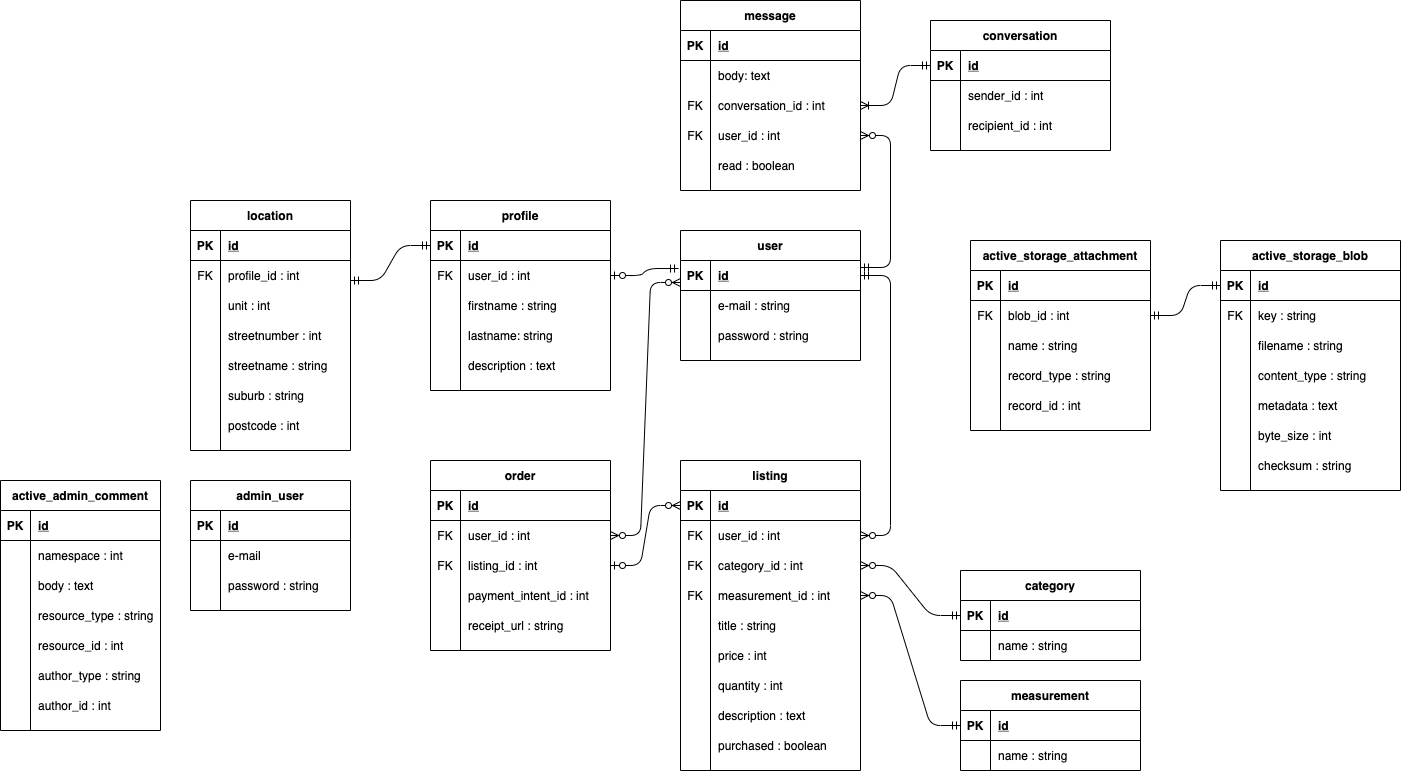
yrikw/marketplace_app keeps this draw.io diagram as docs/erd.png. Above is the earlier version. Source tidied: cells renumbered, new cells last; positions are measured from the earlier drawing's top-left corner, leaving out a move shared by most shapes.
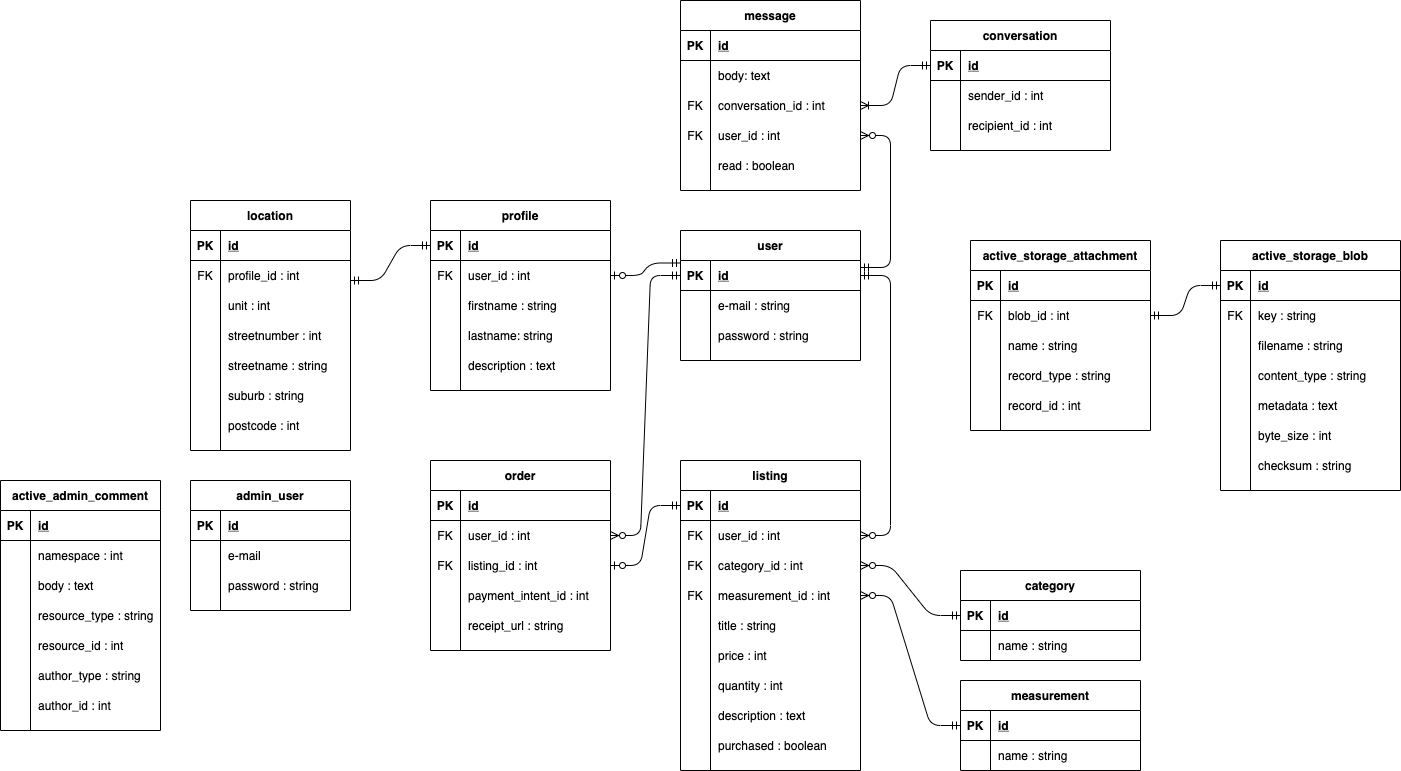
Later version of the same file.

What changed in the source:
```diff
@@ -8,7 +8,7 @@
     <mxCell id="3" style="edgeStyle=entityRelationEdgeStyle;fontSize=12;html=1;endArrow=ERzeroToMany;startArrow=ERmandOne;entryX=1;entryY=0.5;entryDx=0;entryDy=0;exitX=0;exitY=0.5;exitDx=0;exitDy=0;" parent="1" edge="1" source="83" target="61">
       <mxGeometry relative="1" as="geometry" />
     </mxCell>
-    <mxCell id="4" style="edgeStyle=entityRelationEdgeStyle;fontSize=12;html=1;endArrow=ERzeroToOne;startArrow=ERmandOne;entryX=1;entryY=0.5;entryDx=0;entryDy=0;exitX=-0.011;exitY=0.267;exitDx=0;exitDy=0;exitPerimeter=0;" parent="1" edge="1" source="7" target="20">
+    <mxCell id="4" style="edgeStyle=entityRelationEdgeStyle;fontSize=12;html=1;endArrow=ERzeroToOne;startArrow=ERmandOne;entryX=1;entryY=0.5;entryDx=0;entryDy=0;exitX=0;exitY=0.25;exitDx=0;exitDy=0;" parent="1" edge="1" source="6" target="20">
       <mxGeometry relative="1" as="geometry" />
     </mxCell>
     <mxCell id="5" style="edgeStyle=entityRelationEdgeStyle;fontSize=12;html=1;endArrow=ERzeroToMany;startArrow=ERmandOne;entryX=1;entryY=0.5;entryDx=0;entryDy=0;exitX=0;exitY=0.5;exitDx=0;exitDy=0;" parent="1" edge="1" source="90" target="64">
@@ -332,19 +332,11 @@
     <mxCell id="111" value="receipt_url : string" style="shape=partialRectangle;fillColor=none;top=0;left=0;bottom=0;right=0;align=left;spacingLeft=6;overflow=hidden;" parent="109" vertex="1">
       <mxGeometry x="30" width="150" height="30" as="geometry" />
     </mxCell>
-    <mxCell id="112" style="edgeStyle=entityRelationEdgeStyle;fontSize=12;html=1;endArrow=ERzeroToMany;startArrow=ERzeroToOne;entryX=0;entryY=0.5;entryDx=0;entryDy=0;exitX=1;exitY=0.5;exitDx=0;exitDy=0;" parent="1" edge="1" source="103" target="55">
-      <mxGeometry relative="1" as="geometry" />
-    </mxCell>
     <mxCell id="113" style="edgeStyle=entityRelationEdgeStyle;fontSize=12;html=1;endArrow=ERmandOne;startArrow=ERmandOne;entryX=0;entryY=0.5;entryDx=0;entryDy=0;" parent="1" edge="1" target="17">
       <mxGeometry relative="1" as="geometry">
         <mxPoint x="350" y="280" as="sourcePoint" />
       </mxGeometry>
     </mxCell>
-    <mxCell id="114" style="edgeStyle=entityRelationEdgeStyle;fontSize=12;html=1;endArrow=ERzeroToMany;endFill=1;startArrow=ERzeroToMany;exitX=1;exitY=0.5;exitDx=0;exitDy=0;" parent="1" edge="1" source="100">
-      <mxGeometry relative="1" as="geometry">
-        <mxPoint x="680" y="282" as="targetPoint" />
-      </mxGeometry>
-    </mxCell>
     <mxCell id="115" value="active_storage_attachment" style="shape=table;startSize=30;rowLines=0;fontStyle=1;align=center;" parent="1" vertex="1">
       <mxGeometry x="970" y="240" width="180" height="190" as="geometry" />
     </mxCell>
@@ -642,5 +634,11 @@
     <mxCell id="213" style="edgeStyle=entityRelationEdgeStyle;fontSize=12;html=1;endArrow=ERoneToMany;startArrow=ERmandOne;entryX=1;entryY=0.5;entryDx=0;entryDy=0;exitX=0;exitY=0.5;exitDx=0;exitDy=0;" parent="1" edge="1" source="203" target="193">
       <mxGeometry relative="1" as="geometry" />
     </mxCell>
+    <mxCell id="214" style="edgeStyle=entityRelationEdgeStyle;fontSize=12;html=1;endArrow=ERzeroToMany;startArrow=ERmandOne;entryX=1;entryY=0.5;entryDx=0;entryDy=0;exitX=0;exitY=0.5;exitDx=0;exitDy=0;" parent="1" edge="1" source="7" target="100">
+      <mxGeometry relative="1" as="geometry" />
+    </mxCell>
+    <mxCell id="215" style="edgeStyle=entityRelationEdgeStyle;fontSize=12;html=1;endArrow=ERzeroToOne;startArrow=ERmandOne;entryX=1;entryY=0.5;entryDx=0;entryDy=0;exitX=0;exitY=0.5;exitDx=0;exitDy=0;" parent="1" edge="1" source="55" target="103">
+      <mxGeometry relative="1" as="geometry" />
+    </mxCell>
   </root>
 </mxGraphModel>
```
